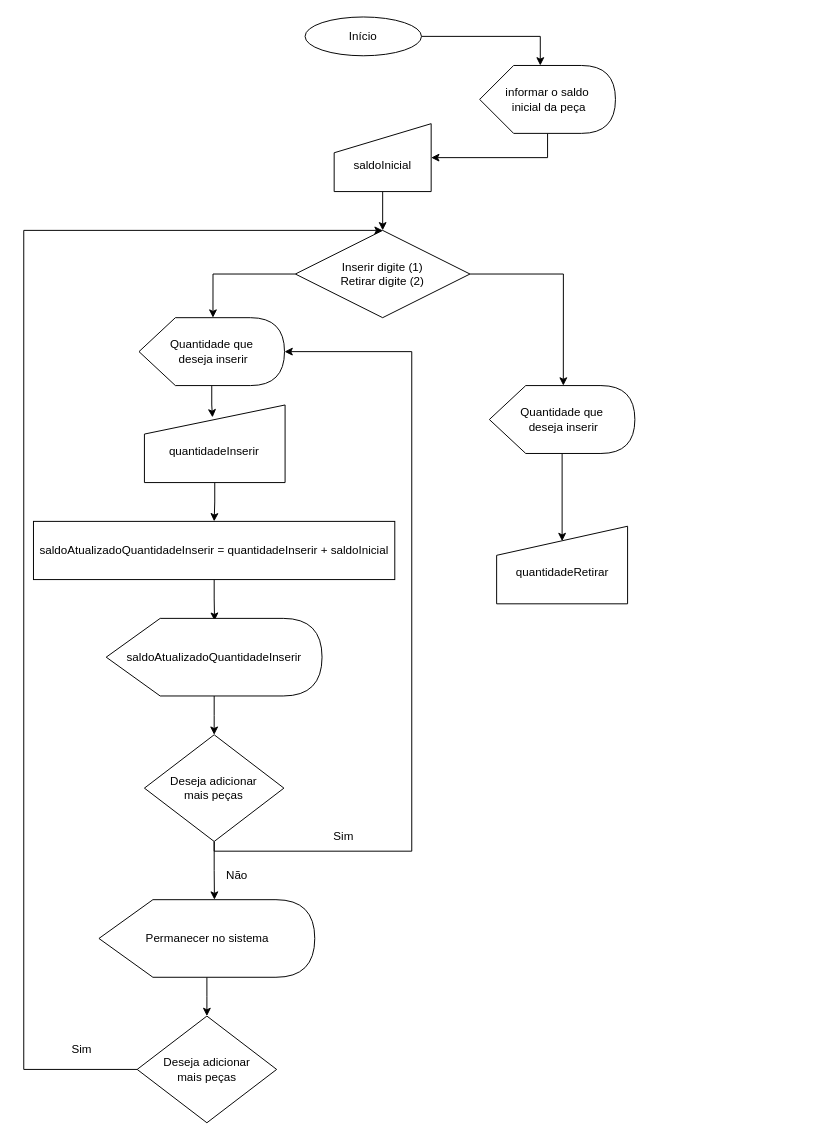
This is 06 - Lógica de programação/04a - Atividade 1 - Desenvolvimento de algoritmo para um sistema de controle de estoque de peças/Diagrama sem nome.drawio from renato-wessmer/SENAI-Front-End, a draw.io file, before an edit. Source tidied: cells renumbered, new cells numbered last; positions are measured from the earlier drawing's top-left corner, leaving out a move shared by most shapes. Both pictures are drawn from the tidied source at 97%, with x=0, y=0 at pixel (23, 16).
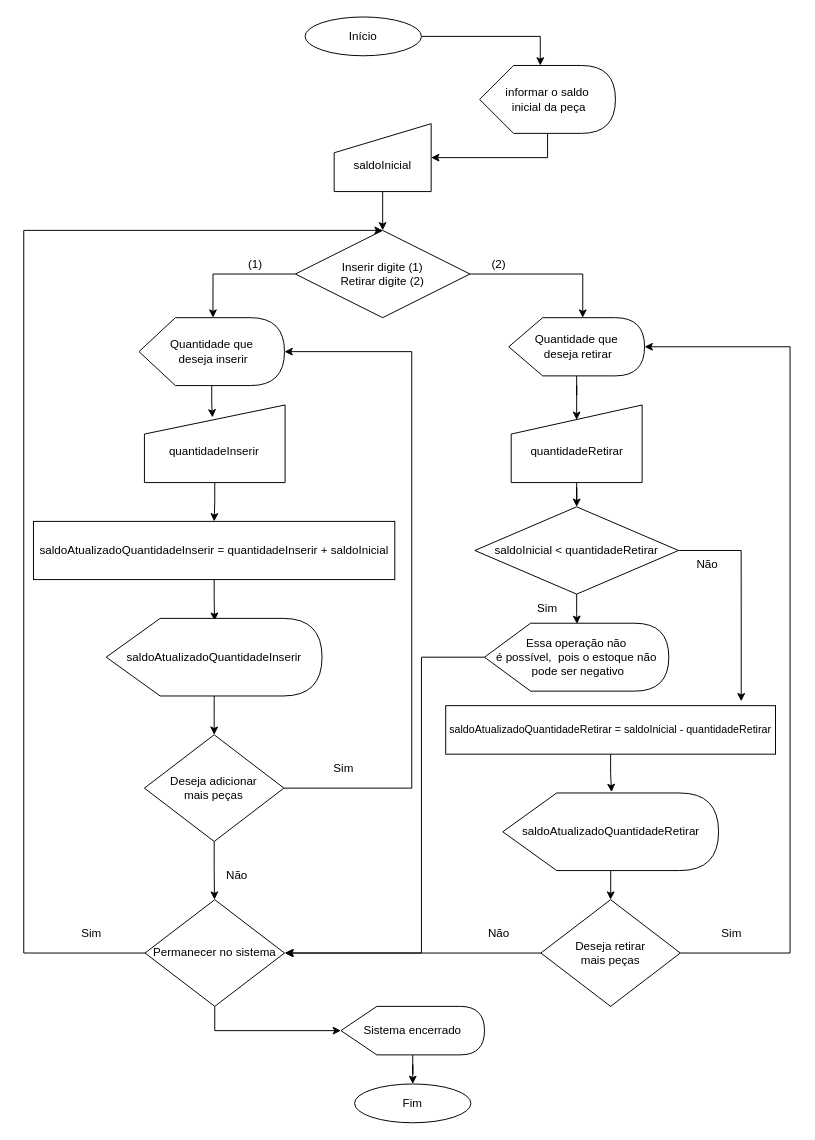
The same diagram, later.

The change refers to these unchanged cells:
```xml
<mxCell id="12" value="Quantidade que&lt;br&gt;&amp;nbsp;deseja inserir" style="shape=display;whiteSpace=wrap;html=1;" parent="1" vertex="1">
  <mxGeometry x="118.8" y="310" width="150" height="70" as="geometry" />
</mxCell>
<mxCell id="24" value="Deseja adicionar &lt;br&gt;mais peças" style="rhombus;whiteSpace=wrap;html=1;" parent="1" vertex="1">
  <mxGeometry x="124.4" y="740" width="143.8" height="110" as="geometry" />
</mxCell>
```

The edit, as a diff of the source:
```diff
@@
-    <mxCell id="14" value="Quantidade que&lt;br&gt;&amp;nbsp;deseja inserir" style="shape=display;whiteSpace=wrap;html=1;" parent="1" vertex="1">
-      <mxGeometry x="480" y="380" width="150" height="70" as="geometry" />
+    <mxCell id="14" value="Quantidade que&lt;br&gt;&amp;nbsp;deseja retirar" style="shape=display;whiteSpace=wrap;html=1;" parent="1" vertex="1">
+      <mxGeometry x="500" y="310" width="140" height="60" as="geometry" />
     </mxCell>
@@
+    <mxCell id="32" style="edgeStyle=orthogonalEdgeStyle;rounded=0;jettySize=auto;html=1;entryX=0.5;entryY=0;entryDx=0;entryDy=0;" parent="1" edge="1" source="17" target="36">
+      <mxGeometry relative="1" as="geometry" />
+    </mxCell>
     <mxCell id="17" value="&lt;br&gt;quantidadeRetirar" style="shape=manualInput;whiteSpace=wrap;html=1;" parent="1" vertex="1">
-      <mxGeometry x="487.5" y="525" width="135" height="80" as="geometry" />
+      <mxGeometry x="502.5" y="400" width="135" height="80" as="geometry" />
     </mxCell>
@@
     <mxCell id="22" style="edgeStyle=orthogonalEdgeStyle;rounded=0;jettySize=auto;html=1;entryX=1;entryY=0.5;entryDx=0;entryDy=0;entryPerimeter=0;" parent="1" edge="1" source="24" target="12">
       <mxGeometry relative="1" as="geometry">
         <Array as="points">
-          <mxPoint x="196" y="860" />
-          <mxPoint x="400" y="860" />
+          <mxPoint x="400" y="795" />
           <mxPoint x="400" y="345" />
         </Array>
       </mxGeometry>
     </mxCell>
-    <mxCell id="23" style="edgeStyle=orthogonalEdgeStyle;rounded=0;jettySize=auto;html=1;entryX=0;entryY=0;entryDx=119.0625;entryDy=0;entryPerimeter=0;" parent="1" edge="1" source="24" target="27">
-      <mxGeometry relative="1" as="geometry" />
+    <mxCell id="23" style="edgeStyle=orthogonalEdgeStyle;rounded=0;jettySize=auto;html=1;entryX=0;entryY=0;entryDx=119.0625;entryDy=0;entryPerimeter=0;" parent="1" edge="1" source="24">
+      <mxGeometry relative="1" as="geometry">
+        <mxPoint x="196.6" y="910" as="targetPoint" />
+      </mxGeometry>
     </mxCell>
@@
     <mxCell id="25" value="Sim" style="text;strokeColor=none;align=center;fillColor=none;html=1;verticalAlign=middle;whiteSpace=wrap;rounded=0;" parent="1" vertex="1">
-      <mxGeometry x="300" y="830" width="60" height="30" as="geometry" />
+      <mxGeometry x="300" y="760" width="60" height="30" as="geometry" />
     </mxCell>
-    <mxCell id="26" style="edgeStyle=orthogonalEdgeStyle;rounded=0;jettySize=auto;html=1;entryX=0.5;entryY=0;entryDx=0;entryDy=0;" parent="1" edge="1" source="27" target="29">
-      <mxGeometry relative="1" as="geometry" />
-    </mxCell>
-    <mxCell id="27" value="Permanecer no sistema" style="shape=display;whiteSpace=wrap;html=1;" parent="1" vertex="1">
-      <mxGeometry x="77.5" y="910" width="222.5" height="80" as="geometry" />
-    </mxCell>
     <mxCell id="28" style="edgeStyle=orthogonalEdgeStyle;rounded=0;jettySize=auto;html=1;" parent="1" edge="1" source="29">
       <mxGeometry relative="1" as="geometry">
         <mxPoint x="370" y="220" as="targetPoint" />
         <Array as="points">
-          <mxPoint y="1085" />
+          <mxPoint y="965" />
           <mxPoint y="220" />
         </Array>
       </mxGeometry>
     </mxCell>
+    <mxCell id="33" style="edgeStyle=orthogonalEdgeStyle;rounded=0;jettySize=auto;html=1;exitX=0.5;exitY=1;exitDx=0;exitDy=0;" parent="1" edge="1" source="29" target="49">
+      <mxGeometry relative="1" as="geometry" />
+    </mxCell>
-    <mxCell id="29" value="Deseja adicionar &lt;br&gt;mais peças" style="rhombus;whiteSpace=wrap;html=1;" parent="1" vertex="1">
-      <mxGeometry x="116.9" y="1030" width="143.8" height="110" as="geometry" />
+    <mxCell id="29" value="Permanecer no sistema" style="rhombus;whiteSpace=wrap;html=1;" parent="1" vertex="1">
+      <mxGeometry x="125" y="910" width="143.8" height="110" as="geometry" />
     </mxCell>
     <mxCell id="30" value="Sim" style="text;strokeColor=none;align=center;fillColor=none;html=1;verticalAlign=middle;whiteSpace=wrap;rounded=0;" parent="1" vertex="1">
-      <mxGeometry x="30" y="1050" width="60" height="30" as="geometry" />
+      <mxGeometry x="40" y="930" width="60" height="30" as="geometry" />
     </mxCell>
@@
+    <mxCell id="34" style="edgeStyle=orthogonalEdgeStyle;rounded=0;jettySize=auto;html=1;entryX=0.502;entryY=0.01;entryDx=0;entryDy=0;entryPerimeter=0;" parent="1" edge="1" source="36" target="40">
+      <mxGeometry relative="1" as="geometry" />
+    </mxCell>
+    <mxCell id="35" style="edgeStyle=orthogonalEdgeStyle;rounded=0;jettySize=auto;html=1;entryX=0.896;entryY=-0.091;entryDx=0;entryDy=0;entryPerimeter=0;" parent="1" edge="1" source="36" target="50">
+      <mxGeometry relative="1" as="geometry">
+        <Array as="points">
+          <mxPoint x="740" y="550" />
+        </Array>
+      </mxGeometry>
+    </mxCell>
+    <mxCell id="36" value="saldoInicial &amp;lt; quantidadeRetirar" style="rhombus;whiteSpace=wrap;html=1;" parent="1" vertex="1">
+      <mxGeometry x="465" y="505" width="210" height="90" as="geometry" />
+    </mxCell>
+    <mxCell id="37" style="edgeStyle=orthogonalEdgeStyle;rounded=0;jettySize=auto;html=1;entryX=0.504;entryY=-0.012;entryDx=0;entryDy=0;entryPerimeter=0;" parent="1" edge="1" source="50" target="43">
+      <mxGeometry relative="1" as="geometry" />
+    </mxCell>
+    <mxCell id="38" style="edgeStyle=orthogonalEdgeStyle;rounded=0;jettySize=auto;html=1;entryX=1;entryY=0.5;entryDx=0;entryDy=0;" parent="1" edge="1" source="40" target="29">
+      <mxGeometry relative="1" as="geometry">
+        <Array as="points">
+          <mxPoint x="410" y="660" />
+          <mxPoint x="410" y="965" />
+        </Array>
+      </mxGeometry>
+    </mxCell>
+    <mxCell id="39" value="Sim" style="text;strokeColor=none;align=center;fillColor=none;html=1;verticalAlign=middle;whiteSpace=wrap;rounded=0;" parent="1" vertex="1">
+      <mxGeometry x="510" y="595" width="60" height="30" as="geometry" />
+    </mxCell>
+    <mxCell id="40" value="Essa operação não &lt;br&gt;é possível,&amp;nbsp; pois o estoque não&lt;br&gt;&amp;nbsp;pode ser negativo" style="shape=display;whiteSpace=wrap;html=1;" parent="1" vertex="1">
+      <mxGeometry x="475" y="625" width="190" height="70" as="geometry" />
+    </mxCell>
+    <mxCell id="41" value="Não" style="text;strokeColor=none;align=center;fillColor=none;html=1;verticalAlign=middle;whiteSpace=wrap;rounded=0;" parent="1" vertex="1">
+      <mxGeometry x="675" y="550" width="60" height="30" as="geometry" />
+    </mxCell>
+    <mxCell id="42" style="edgeStyle=orthogonalEdgeStyle;rounded=0;jettySize=auto;html=1;entryX=0.5;entryY=0;entryDx=0;entryDy=0;" parent="1" edge="1" source="43" target="46">
+      <mxGeometry relative="1" as="geometry" />
+    </mxCell>
+    <mxCell id="43" value="saldoAtualizadoQuantidadeRetirar" style="shape=display;whiteSpace=wrap;html=1;" parent="1" vertex="1">
+      <mxGeometry x="493.8" y="800" width="222.5" height="80" as="geometry" />
+    </mxCell>
+    <mxCell id="44" style="edgeStyle=orthogonalEdgeStyle;rounded=0;jettySize=auto;html=1;" parent="1" edge="1" source="46">
+      <mxGeometry relative="1" as="geometry">
+        <mxPoint x="270" y="965" as="targetPoint" />
+      </mxGeometry>
+    </mxCell>
+    <mxCell id="45" style="edgeStyle=orthogonalEdgeStyle;rounded=0;jettySize=auto;html=1;exitX=1;exitY=0.5;exitDx=0;exitDy=0;entryX=1;entryY=0.5;entryDx=0;entryDy=0;entryPerimeter=0;" parent="1" edge="1" source="46" target="14">
+      <mxGeometry relative="1" as="geometry">
+        <Array as="points">
+          <mxPoint x="790" y="965" />
+          <mxPoint x="790" y="340" />
+        </Array>
+      </mxGeometry>
+    </mxCell>
+    <mxCell id="46" value="Deseja retirar&lt;br&gt;mais peças" style="rhombus;whiteSpace=wrap;html=1;" parent="1" vertex="1">
+      <mxGeometry x="533.1" y="910" width="143.8" height="110" as="geometry" />
+    </mxCell>
+    <mxCell id="47" value="Não" style="text;strokeColor=none;align=center;fillColor=none;html=1;verticalAlign=middle;whiteSpace=wrap;rounded=0;" parent="1" vertex="1">
+      <mxGeometry x="460" y="930" width="60" height="30" as="geometry" />
+    </mxCell>
+    <mxCell id="48" style="edgeStyle=orthogonalEdgeStyle;rounded=0;jettySize=auto;html=1;entryX=0.5;entryY=0;entryDx=0;entryDy=0;" parent="1" edge="1" source="49" target="52">
+      <mxGeometry relative="1" as="geometry" />
+    </mxCell>
+    <mxCell id="49" value="Sistema encerrado" style="shape=display;whiteSpace=wrap;html=1;" parent="1" vertex="1">
+      <mxGeometry x="327" y="1020" width="148" height="50" as="geometry" />
+    </mxCell>
+    <mxCell id="50" value="&lt;font style=&quot;font-size: 11px;&quot;&gt;saldoAtualizadoQuantidadeRetirar = saldoInicial - quantidadeRetirar&lt;/font&gt;" style="rounded=0;whiteSpace=wrap;html=1;" parent="1" vertex="1">
+      <mxGeometry x="435" y="710" width="340" height="50" as="geometry" />
+    </mxCell>
+    <mxCell id="51" value="Sim" style="text;strokeColor=none;align=center;fillColor=none;html=1;verticalAlign=middle;whiteSpace=wrap;rounded=0;" parent="1" vertex="1">
+      <mxGeometry x="700" y="930" width="60" height="30" as="geometry" />
+    </mxCell>
+    <mxCell id="52" value="Fim" style="ellipse;whiteSpace=wrap;html=1;" parent="1" vertex="1">
+      <mxGeometry x="341" y="1100" width="120" height="40" as="geometry" />
+    </mxCell>
+    <mxCell id="53" value="(2)" style="text;strokeColor=none;align=center;fillColor=none;html=1;verticalAlign=middle;whiteSpace=wrap;rounded=0;" parent="1" vertex="1">
+      <mxGeometry x="460" y="240" width="60" height="30" as="geometry" />
+    </mxCell>
+    <mxCell id="54" value="(1)" style="text;strokeColor=none;align=center;fillColor=none;html=1;verticalAlign=middle;whiteSpace=wrap;rounded=0;" parent="1" vertex="1">
+      <mxGeometry x="209.4" y="240" width="60" height="30" as="geometry" />
+    </mxCell>
```
